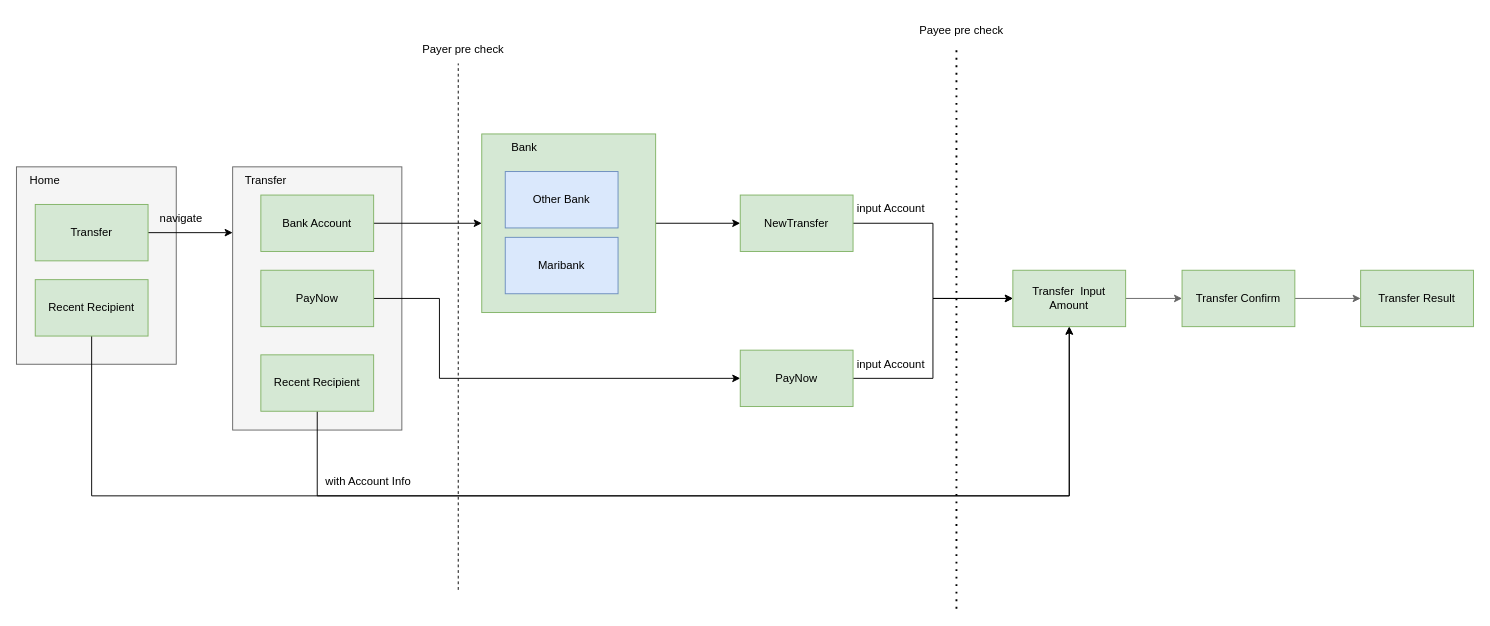
Before: Transfer/Untitled Diagram.drawio in RexYao97/sfrex, a draw.io diagram. Source tidied: cells renumbered, new cells numbered last; positions are measured from the earlier drawing's top-left corner, leaving out a move shared by most shapes. Both pictures are drawn from the tidied source at 94%, with x=0, y=0 at pixel (16, 16).
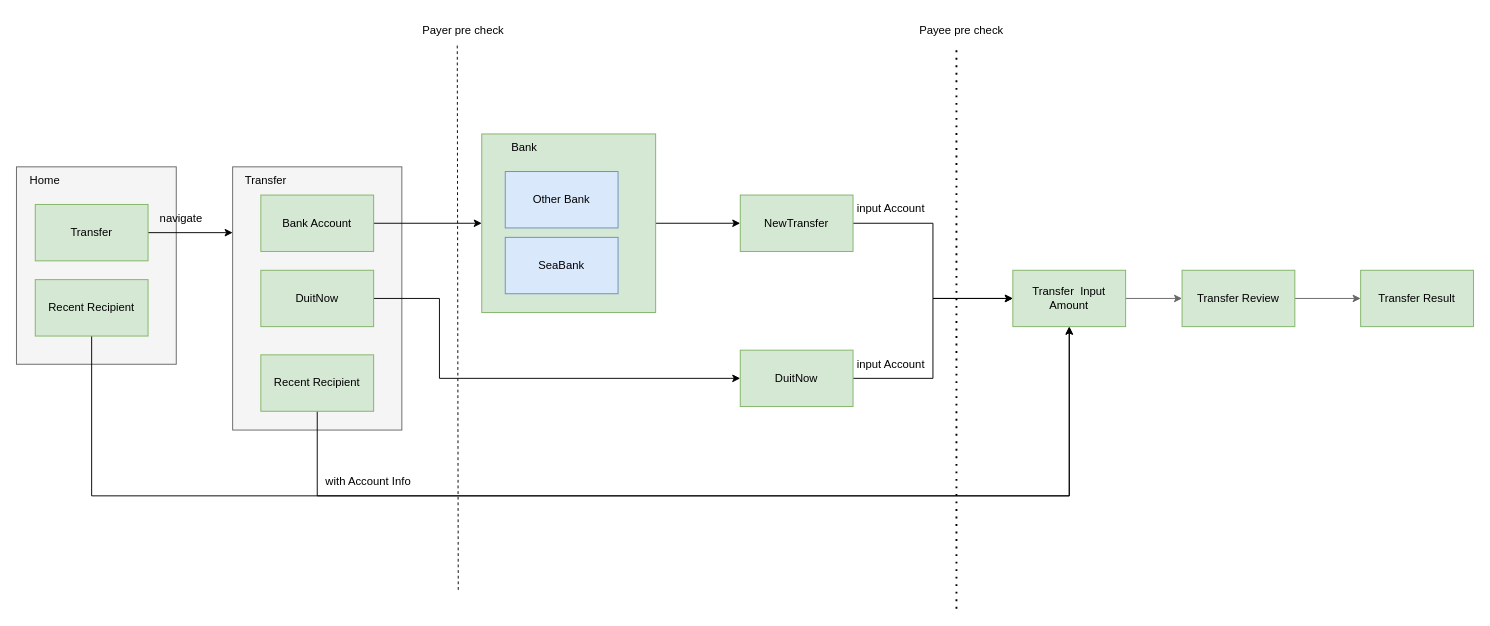
Above is the later version.

The edit, as a diff of the source:
```diff
@@
-    <mxCell id="15" value="PayNow" style="rounded=0;whiteSpace=wrap;html=1;fillColor=#d5e8d4;strokeColor=#82b366;" parent="1" vertex="1">
+    <mxCell id="15" value="DuitNow" style="rounded=0;whiteSpace=wrap;html=1;fillColor=#d5e8d4;strokeColor=#82b366;" parent="1" vertex="1">
       <mxGeometry x="260" y="270" width="120" height="60" as="geometry" />
     </mxCell>
@@
-    <mxCell id="20" value="PayNow" style="rounded=0;whiteSpace=wrap;html=1;fillColor=#d5e8d4;strokeColor=#82b366;" parent="1" vertex="1">
+    <mxCell id="20" value="DuitNow" style="rounded=0;whiteSpace=wrap;html=1;fillColor=#d5e8d4;strokeColor=#82b366;" parent="1" vertex="1">
       <mxGeometry x="770" y="355" width="120" height="60" as="geometry" />
     </mxCell>
@@
-    <mxCell id="22" value="&lt;span style=&quot;&quot;&gt;Maribank&lt;/span&gt;" style="rounded=0;whiteSpace=wrap;html=1;fontFamily=Helvetica;fontSize=12;align=center;strokeColor=#6c8ebf;fillColor=#dae8fc;" parent="1" vertex="1">
+    <mxCell id="22" value="&lt;span style=&quot;&quot;&gt;SeaBank&lt;/span&gt;" style="rounded=0;whiteSpace=wrap;html=1;fontFamily=Helvetica;fontSize=12;align=center;strokeColor=#6c8ebf;fillColor=#dae8fc;" parent="1" vertex="1">
       <mxGeometry x="520" y="235" width="120" height="60" as="geometry" />
     </mxCell>
@@
-    <mxCell id="27" value="Transfer Confirm" style="rounded=0;whiteSpace=wrap;html=1;fillColor=#d5e8d4;strokeColor=#82b366;" parent="1" vertex="1">
+    <mxCell id="27" value="Transfer Review" style="rounded=0;whiteSpace=wrap;html=1;fillColor=#d5e8d4;strokeColor=#82b366;" parent="1" vertex="1">
       <mxGeometry x="1240" y="270" width="120" height="60" as="geometry" />
     </mxCell>
@@
-    <mxCell id="31" style="endArrow=none;dashed=1;html=1;rounded=0;" parent="1" edge="1">
+    <mxCell id="31" style="endArrow=none;dashed=1;html=1;rounded=0;entryX=0.445;entryY=1;entryDx=0;entryDy=0;entryPerimeter=0;" parent="1" edge="1" target="32">
       <mxGeometry relative="1" as="geometry">
         <mxPoint x="470" y="610" as="sourcePoint" />
-        <mxPoint x="470" y="50" as="targetPoint" />
       </mxGeometry>
     </mxCell>
     <mxCell id="32" value="Payer pre check" style="text;html=1;align=center;verticalAlign=middle;points=[];strokeColor=none;fillColor=none;" parent="1" vertex="1">
-      <mxGeometry x="420" y="20" width="110" height="30" as="geometry" />
+      <mxGeometry x="420" width="110" height="30" as="geometry" />
     </mxCell>
```
